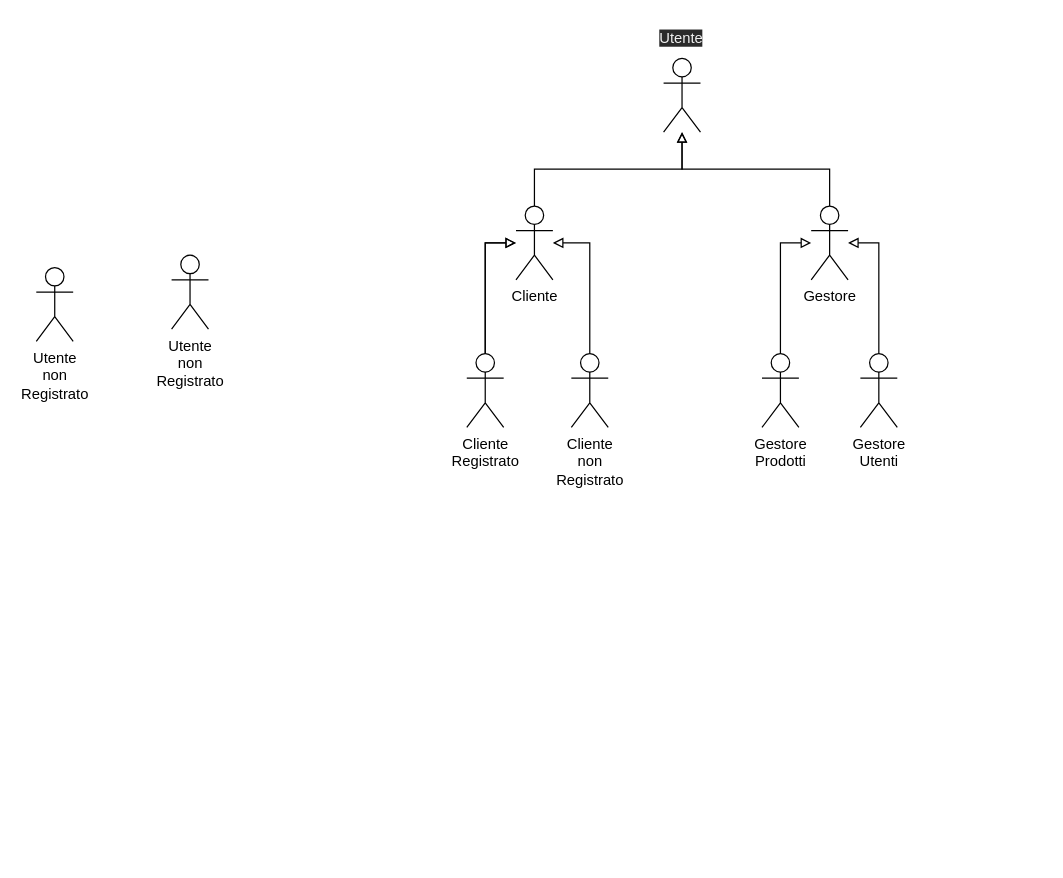
AlfredoUNISA/SecondLifeTech keeps this draw.io diagram as Documenti progetto/Utenti.drawio. Above is the earlier version. Source tidied: cells renumbered, new cells numbered last; positions are measured from the earlier drawing's top-left corner, leaving out a move shared by most shapes. Both pictures are drawn from the tidied source at 123%, with x=0, y=0 at pixel (36, 21).
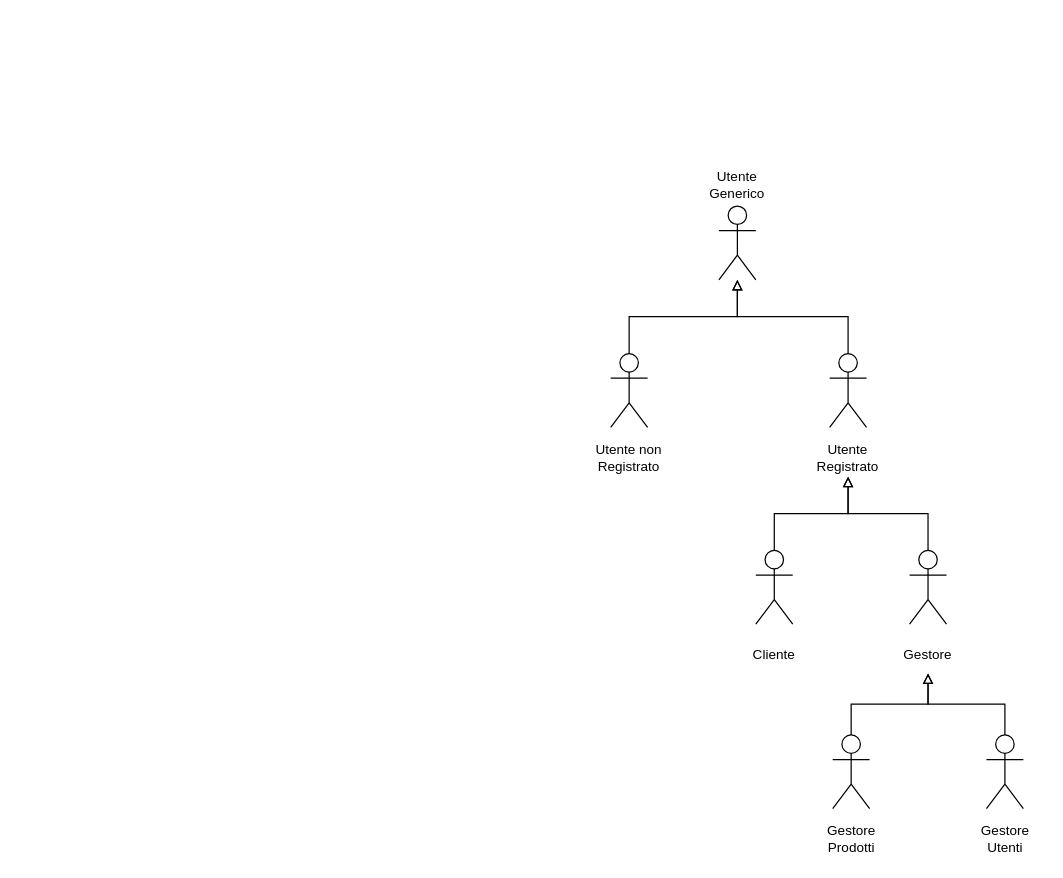
The same page after the edit.

The edit, as a diff of the source:
```diff
@@
-    <mxCell id="2" style="shape=umlActor;verticalLabelPosition=bottom;verticalAlign=top;html=1;outlineConnect=0;" parent="1" vertex="1">
-      <mxGeometry x="510" y="30" width="30" height="60" as="geometry" />
-    </mxCell>
-    <mxCell id="3" style="edgeStyle=orthogonalEdgeStyle;rounded=0;jettySize=auto;html=1;exitX=0.5;exitY=0;exitDx=0;exitDy=0;exitPerimeter=0;endArrow=block;endFill=0;" parent="1" edge="1" source="7" target="2">
-      <mxGeometry relative="1" as="geometry" />
-    </mxCell>
-    <mxCell id="4" style="edgeStyle=orthogonalEdgeStyle;rounded=0;jettySize=auto;html=1;endArrow=none;endFill=0;startArrow=block;startFill=0;" parent="1" edge="1" source="7" target="15">
-      <mxGeometry relative="1" as="geometry" />
-    </mxCell>
-    <mxCell id="5" style="edgeStyle=orthogonalEdgeStyle;rounded=0;jettySize=auto;html=1;startArrow=block;startFill=0;endArrow=none;endFill=0;" parent="1" edge="1" source="7" target="15">
-      <mxGeometry relative="1" as="geometry" />
-    </mxCell>
-    <mxCell id="6" style="edgeStyle=orthogonalEdgeStyle;rounded=0;jettySize=auto;html=1;startArrow=block;startFill=0;endArrow=none;endFill=0;" parent="1" edge="1" source="7" target="16">
-      <mxGeometry relative="1" as="geometry" />
-    </mxCell>
+    <mxCell id="19" style="group;" parent="1" vertex="1">
+      <mxGeometry x="540" y="118" width="60" height="92" as="geometry" />
+    </mxCell>
+    <mxCell id="20" style="shape=umlActor;verticalLabelPosition=bottom;verticalAlign=top;html=1;outlineConnect=0;" parent="19" vertex="1">
+      <mxGeometry x="15" y="32" width="30" height="60" as="geometry" />
+    </mxCell>
+    <mxCell id="21" value="Utente Generico" style="text;html=1;strokeColor=none;fillColor=none;align=center;verticalAlign=middle;whiteSpace=wrap;rounded=0;fontSize=11;" parent="19" vertex="1">
+      <mxGeometry width="60" height="30" as="geometry" />
+    </mxCell>
+    <mxCell id="22" style="group;" parent="1" vertex="1">
+      <mxGeometry x="452" y="270" width="60" height="100" as="geometry" />
+    </mxCell>
+    <mxCell id="23" style="shape=umlActor;verticalLabelPosition=bottom;verticalAlign=top;html=1;outlineConnect=0;" parent="22" vertex="1">
+      <mxGeometry x="15" width="30" height="60" as="geometry" />
+    </mxCell>
+    <mxCell id="24" value="Utente non&lt;br&gt;Registrato" style="text;html=1;strokeColor=none;fillColor=none;align=center;verticalAlign=middle;whiteSpace=wrap;rounded=0;fontSize=11;" parent="22" vertex="1">
+      <mxGeometry y="70" width="60" height="30" as="geometry" />
+    </mxCell>
+    <mxCell id="25" style="edgeStyle=orthogonalEdgeStyle;rounded=0;jettySize=auto;html=1;exitX=0.5;exitY=0;exitDx=0;exitDy=0;exitPerimeter=0;fontSize=11;startArrow=none;startFill=0;endArrow=block;endFill=0;" parent="1" edge="1" source="23" target="20">
+      <mxGeometry relative="1" as="geometry" />
+    </mxCell>
+    <mxCell id="26" style="group;" parent="1" vertex="1">
+      <mxGeometry x="630" y="270" width="60" height="100" as="geometry" />
+    </mxCell>
+    <mxCell id="27" style="shape=umlActor;verticalLabelPosition=bottom;verticalAlign=top;html=1;outlineConnect=0;" parent="26" vertex="1">
+      <mxGeometry x="15" width="30" height="60" as="geometry" />
+    </mxCell>
+    <mxCell id="28" value="Utente&lt;br&gt;Registrato" style="text;html=1;strokeColor=none;fillColor=none;align=center;verticalAlign=middle;whiteSpace=wrap;rounded=0;fontSize=11;" parent="26" vertex="1">
+      <mxGeometry y="70" width="60" height="30" as="geometry" />
+    </mxCell>
+    <mxCell id="29" style="edgeStyle=orthogonalEdgeStyle;rounded=0;jettySize=auto;html=1;exitX=0.5;exitY=0;exitDx=0;exitDy=0;exitPerimeter=0;fontSize=11;startArrow=none;startFill=0;endArrow=block;endFill=0;" parent="1" edge="1" source="27" target="20">
+      <mxGeometry relative="1" as="geometry" />
+    </mxCell>
+    <mxCell id="30" style="group;" parent="1" vertex="1">
+      <mxGeometry x="570" y="430" width="60" height="100" as="geometry" />
+    </mxCell>
+    <mxCell id="31" style="shape=umlActor;verticalLabelPosition=bottom;verticalAlign=top;html=1;outlineConnect=0;" parent="30" vertex="1">
+      <mxGeometry x="15" width="30" height="60" as="geometry" />
+    </mxCell>
-    <mxCell id="7" value="Cliente" style="shape=umlActor;verticalLabelPosition=bottom;verticalAlign=top;html=1;outlineConnect=0;" parent="1" vertex="1">
-      <mxGeometry x="390" y="150" width="30" height="60" as="geometry" />
+    <mxCell id="7" value="Cliente" style="text;html=1;strokeColor=none;fillColor=none;align=center;verticalAlign=middle;whiteSpace=wrap;rounded=0;fontSize=11;" parent="30" vertex="1">
+      <mxGeometry y="70" width="60" height="30" as="geometry" />
     </mxCell>
-    <mxCell id="8" value="Utente&lt;br&gt;non&lt;br&gt;Registrato" style="shape=umlActor;verticalLabelPosition=bottom;verticalAlign=top;html=1;" parent="1" vertex="1">
-      <mxGeometry y="200" width="30" height="60" as="geometry" />
-    </mxCell>
-    <mxCell id="9" value="&lt;span style=&quot;color: rgb(240, 240, 240); font-family: Helvetica; font-size: 12px; font-style: normal; font-variant-ligatures: normal; font-variant-caps: normal; font-weight: 400; letter-spacing: normal; orphans: 2; text-align: center; text-indent: 0px; text-transform: none; widows: 2; word-spacing: 0px; -webkit-text-stroke-width: 0px; background-color: rgb(42, 42, 42); text-decoration-thickness: initial; text-decoration-style: initial; text-decoration-color: initial; float: none; display: inline !important;&quot;&gt;Utente&lt;/span&gt;" style="text;whiteSpace=wrap;html=1;" parent="1" vertex="1">
-      <mxGeometry x="505" width="40" height="30" as="geometry" />
-    </mxCell>
-    <mxCell id="10" style="edgeStyle=orthogonalEdgeStyle;rounded=0;jettySize=auto;html=1;exitX=0.5;exitY=0;exitDx=0;exitDy=0;exitPerimeter=0;startArrow=none;startFill=0;endArrow=block;endFill=0;" parent="1" edge="1" source="13" target="2">
-      <mxGeometry relative="1" as="geometry" />
-    </mxCell>
-    <mxCell id="11" style="edgeStyle=orthogonalEdgeStyle;rounded=0;jettySize=auto;html=1;startArrow=block;startFill=0;endArrow=none;endFill=0;" parent="1" edge="1" source="13" target="17">
-      <mxGeometry relative="1" as="geometry" />
-    </mxCell>
-    <mxCell id="12" style="edgeStyle=orthogonalEdgeStyle;rounded=0;jettySize=auto;html=1;startArrow=block;startFill=0;endArrow=none;endFill=0;" parent="1" edge="1" source="13" target="18">
-      <mxGeometry relative="1" as="geometry" />
-    </mxCell>
+    <mxCell id="32" style="group;" parent="1" vertex="1">
+      <mxGeometry x="695" y="430" width="60" height="100" as="geometry" />
+    </mxCell>
+    <mxCell id="33" style="shape=umlActor;verticalLabelPosition=bottom;verticalAlign=top;html=1;outlineConnect=0;" parent="32" vertex="1">
+      <mxGeometry x="15" width="30" height="60" as="geometry" />
+    </mxCell>
-    <mxCell id="13" value="Gestore" style="shape=umlActor;verticalLabelPosition=bottom;verticalAlign=top;html=1;outlineConnect=0;" parent="1" vertex="1">
-      <mxGeometry x="630" y="150" width="30" height="60" as="geometry" />
+    <mxCell id="13" value="Gestore" style="text;html=1;strokeColor=none;fillColor=none;align=center;verticalAlign=middle;whiteSpace=wrap;rounded=0;fontSize=11;" parent="32" vertex="1">
+      <mxGeometry y="70" width="60" height="30" as="geometry" />
     </mxCell>
-    <mxCell id="14" value="Utente&lt;br&gt;non&lt;br&gt;Registrato" style="shape=umlActor;verticalLabelPosition=bottom;verticalAlign=top;html=1;" parent="1" vertex="1">
-      <mxGeometry x="110" y="190" width="30" height="60" as="geometry" />
-    </mxCell>
-    <mxCell id="15" value="Cliente&lt;br&gt;Registrato" style="shape=umlActor;verticalLabelPosition=bottom;verticalAlign=top;html=1;outlineConnect=0;" parent="1" vertex="1">
-      <mxGeometry x="350" y="270" width="30" height="60" as="geometry" />
-    </mxCell>
-    <mxCell id="16" value="Cliente&lt;br&gt;non&lt;br&gt;Registrato" style="shape=umlActor;verticalLabelPosition=bottom;verticalAlign=top;html=1;outlineConnect=0;" parent="1" vertex="1">
-      <mxGeometry x="435" y="270" width="30" height="60" as="geometry" />
-    </mxCell>
+    <mxCell id="34" style="edgeStyle=orthogonalEdgeStyle;rounded=0;jettySize=auto;html=1;exitX=0.5;exitY=0;exitDx=0;exitDy=0;exitPerimeter=0;entryX=0.5;entryY=1;entryDx=0;entryDy=0;fontSize=11;startArrow=none;startFill=0;endArrow=block;endFill=0;" parent="1" edge="1" source="31" target="28">
+      <mxGeometry relative="1" as="geometry" />
+    </mxCell>
+    <mxCell id="35" style="edgeStyle=orthogonalEdgeStyle;rounded=0;jettySize=auto;html=1;exitX=0.5;exitY=0;exitDx=0;exitDy=0;exitPerimeter=0;entryX=0.5;entryY=1;entryDx=0;entryDy=0;fontSize=11;startArrow=none;startFill=0;endArrow=block;endFill=0;" parent="1" edge="1" source="33" target="28">
+      <mxGeometry relative="1" as="geometry" />
+    </mxCell>
+    <mxCell id="36" style="group;" parent="1" vertex="1">
+      <mxGeometry x="632.5" y="580" width="60" height="100" as="geometry" />
+    </mxCell>
+    <mxCell id="37" style="shape=umlActor;verticalLabelPosition=bottom;verticalAlign=top;html=1;outlineConnect=0;" parent="36" vertex="1">
+      <mxGeometry x="15" width="30" height="60" as="geometry" />
+    </mxCell>
-    <mxCell id="17" value="Gestore&lt;br&gt;Prodotti" style="shape=umlActor;verticalLabelPosition=bottom;verticalAlign=top;html=1;outlineConnect=0;" parent="1" vertex="1">
-      <mxGeometry x="590" y="270" width="30" height="60" as="geometry" />
+    <mxCell id="17" value="Gestore&lt;br&gt;Prodotti" style="text;html=1;strokeColor=none;fillColor=none;align=center;verticalAlign=middle;whiteSpace=wrap;rounded=0;fontSize=11;" parent="36" vertex="1">
+      <mxGeometry y="70" width="60" height="30" as="geometry" />
     </mxCell>
+    <mxCell id="38" style="group;" parent="1" vertex="1">
+      <mxGeometry x="757.5" y="580" width="60" height="100" as="geometry" />
+    </mxCell>
+    <mxCell id="39" style="shape=umlActor;verticalLabelPosition=bottom;verticalAlign=top;html=1;outlineConnect=0;" parent="38" vertex="1">
+      <mxGeometry x="15" width="30" height="60" as="geometry" />
+    </mxCell>
-    <mxCell id="18" value="Gestore&lt;br&gt;Utenti" style="shape=umlActor;verticalLabelPosition=bottom;verticalAlign=top;html=1;outlineConnect=0;" parent="1" vertex="1">
-      <mxGeometry x="670" y="270" width="30" height="60" as="geometry" />
+    <mxCell id="18" value="Gestore&lt;br&gt;Utenti" style="text;html=1;strokeColor=none;fillColor=none;align=center;verticalAlign=middle;whiteSpace=wrap;rounded=0;fontSize=11;" parent="38" vertex="1">
+      <mxGeometry y="70" width="60" height="30" as="geometry" />
     </mxCell>
+    <mxCell id="40" style="edgeStyle=orthogonalEdgeStyle;rounded=0;jettySize=auto;html=1;exitX=0.5;exitY=0;exitDx=0;exitDy=0;exitPerimeter=0;entryX=0.5;entryY=1;entryDx=0;entryDy=0;fontSize=11;startArrow=none;startFill=0;endArrow=block;endFill=0;" parent="1" edge="1" source="37" target="13">
+      <mxGeometry relative="1" as="geometry" />
+    </mxCell>
+    <mxCell id="41" style="edgeStyle=orthogonalEdgeStyle;rounded=0;jettySize=auto;html=1;exitX=0.5;exitY=0;exitDx=0;exitDy=0;exitPerimeter=0;fontSize=11;startArrow=none;startFill=0;endArrow=block;endFill=0;" parent="1" edge="1" source="39" target="13">
+      <mxGeometry relative="1" as="geometry" />
+    </mxCell>
```
